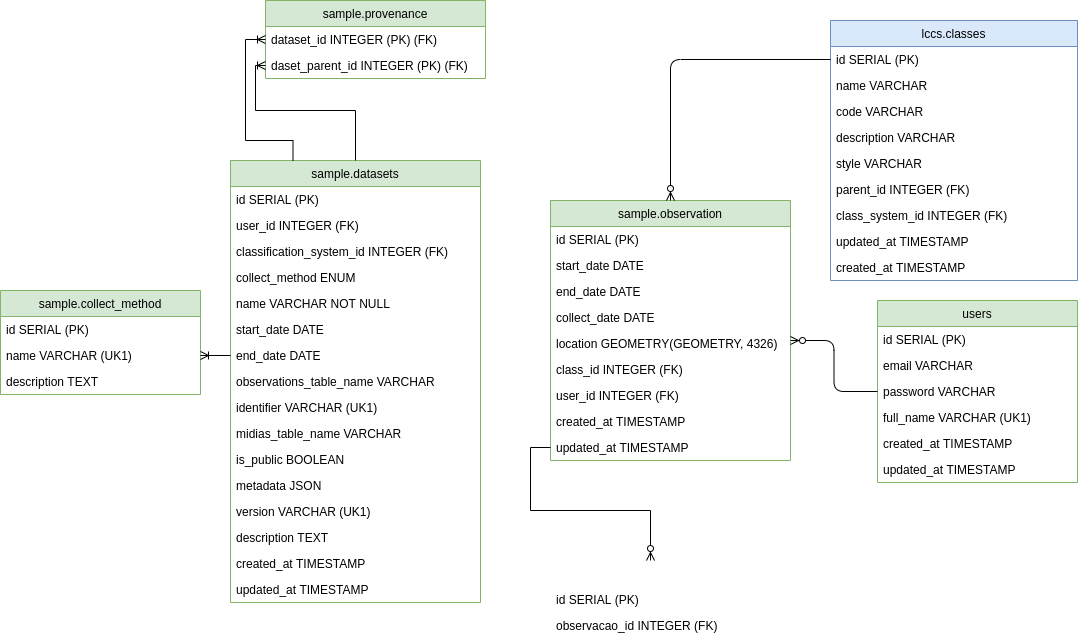
Earlier version of the draw.io export docs/model/db-schema.png (brazil-data-cube/sample-db). Source tidied: cells renumbered, new cells last; positions are measured from the earlier drawing's top-left corner, leaving out a move shared by most shapes.
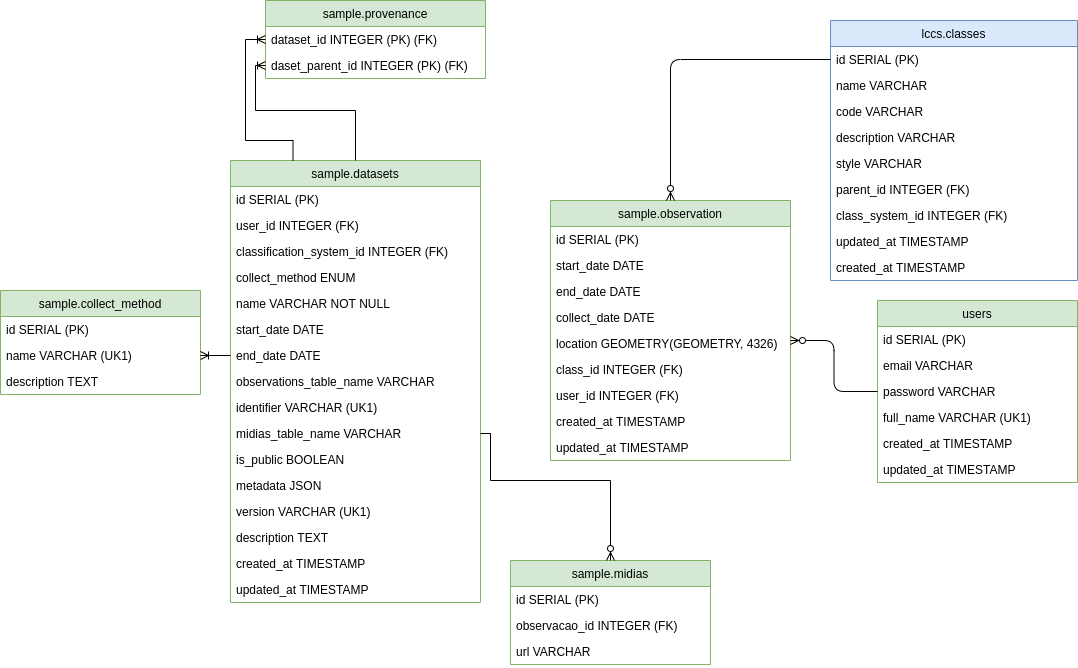
Later version of the same file.

What changed in the source:
```diff
@@ -147,58 +147,68 @@
     <mxCell id="47" value="updated_at TIMESTAMP" style="text;strokeColor=none;fillColor=none;align=left;verticalAlign=top;spacingLeft=4;spacingRight=4;overflow=hidden;" parent="31" vertex="1">
       <mxGeometry y="416" width="250" height="26" as="geometry" />
     </mxCell>
-    <mxCell id="48" value="id SERIAL (PK)" style="text;strokeColor=none;fillColor=none;align=left;verticalAlign=top;spacingLeft=4;spacingRight=4;overflow=hidden;points=[[0,0.5],[1,0.5]];portConstraint=eastwest;" parent="1" vertex="1">
-      <mxGeometry x="550" y="586" width="200" height="26" as="geometry" />
+    <mxCell id="48" value="sample.midias" style="swimlane;fontStyle=0;horizontal=1;startSize=26;fillColor=#d5e8d4;labelBackgroundColor=none;strokeColor=#82b366;" parent="1" vertex="1">
+      <mxGeometry x="510" y="560" width="200" height="104" as="geometry" />
     </mxCell>
-    <mxCell id="49" value="observacao_id INTEGER (FK)" style="text;strokeColor=none;fillColor=none;align=left;verticalAlign=top;spacingLeft=4;spacingRight=4;overflow=hidden;" parent="1" vertex="1">
-      <mxGeometry x="550" y="612" width="200" height="26" as="geometry" />
+    <mxCell id="49" value="id SERIAL (PK)" style="text;strokeColor=none;fillColor=none;align=left;verticalAlign=top;spacingLeft=4;spacingRight=4;overflow=hidden;" parent="48" vertex="1">
+      <mxGeometry y="26" width="200" height="26" as="geometry" />
     </mxCell>
-    <mxCell id="50" value="sample.provenance" style="swimlane;fontStyle=0;horizontal=1;startSize=26;fillColor=#d5e8d4;labelBackgroundColor=none;strokeColor=#82b366;" parent="1" vertex="1">
-      <mxGeometry x="265" width="220" height="78" as="geometry" />
+    <mxCell id="50" value="observacao_id INTEGER (FK)" style="text;strokeColor=none;fillColor=none;align=left;verticalAlign=top;spacingLeft=4;spacingRight=4;overflow=hidden;" parent="48" vertex="1">
+      <mxGeometry y="52" width="200" height="26" as="geometry" />
     </mxCell>
-    <mxCell id="51" value="dataset_id INTEGER (PK) (FK)" style="text;strokeColor=none;fillColor=none;align=left;verticalAlign=top;spacingLeft=4;spacingRight=4;overflow=hidden;points=[[0,0.5],[1,0.5]];portConstraint=eastwest;" parent="50" vertex="1">
-      <mxGeometry y="26" width="220" height="26" as="geometry" />
+    <mxCell id="51" value="url VARCHAR" style="text;strokeColor=none;fillColor=none;align=left;verticalAlign=top;spacingLeft=4;spacingRight=4;overflow=hidden;points=[[0,0.5],[1,0.5]];portConstraint=eastwest;" parent="48" vertex="1">
+      <mxGeometry y="78" width="200" height="26" as="geometry" />
     </mxCell>
-    <mxCell id="52" value="daset_parent_id INTEGER (PK) (FK)" style="text;strokeColor=none;fillColor=none;align=left;verticalAlign=top;spacingLeft=4;spacingRight=4;overflow=hidden;points=[[0,0.5],[1,0.5]];portConstraint=eastwest;" parent="50" vertex="1">
-      <mxGeometry y="52" width="220" height="26" as="geometry" />
+    <mxCell id="52" value="sample.provenance" style="swimlane;fontStyle=0;horizontal=1;startSize=26;fillColor=#d5e8d4;labelBackgroundColor=none;strokeColor=#82b366;" parent="1" vertex="1">
+      <mxGeometry x="265" width="220" height="78" as="geometry" />
     </mxCell>
-    <mxCell id="53" style="edgeStyle=orthogonalEdgeStyle;rounded=0;jettySize=auto;html=1;exitX=0.25;exitY=0;exitDx=0;exitDy=0;entryX=0;entryY=0.5;entryDx=0;entryDy=0;startArrow=none;startFill=0;endArrow=ERoneToMany;endFill=0;" parent="1" edge="1" source="31" target="51">
-      <mxGeometry relative="1" as="geometry">
-        <Array as="points">
-          <mxPoint x="293" y="140" />
-          <mxPoint x="245" y="140" />
-          <mxPoint x="245" y="39" />
-        </Array>
-      </mxGeometry>
+    <mxCell id="53" value="dataset_id INTEGER (PK) (FK)" style="text;strokeColor=none;fillColor=none;align=left;verticalAlign=top;spacingLeft=4;spacingRight=4;overflow=hidden;points=[[0,0.5],[1,0.5]];portConstraint=eastwest;" parent="52" vertex="1">
+      <mxGeometry y="26" width="220" height="26" as="geometry" />
     </mxCell>
-    <mxCell id="54" style="edgeStyle=orthogonalEdgeStyle;rounded=0;jettySize=auto;html=1;exitX=0.5;exitY=0;exitDx=0;exitDy=0;entryX=0;entryY=0.5;entryDx=0;entryDy=0;startArrow=none;startFill=0;endArrow=ERoneToMany;endFill=0;" parent="1" edge="1" source="31" target="52">
-      <mxGeometry relative="1" as="geometry">
-        <Array as="points">
-          <mxPoint x="355" y="110" />
-          <mxPoint x="255" y="110" />
-          <mxPoint x="255" y="65" />
-        </Array>
-      </mxGeometry>
+    <mxCell id="54" value="daset_parent_id INTEGER (PK) (FK)" style="text;strokeColor=none;fillColor=none;align=left;verticalAlign=top;spacingLeft=4;spacingRight=4;overflow=hidden;points=[[0,0.5],[1,0.5]];portConstraint=eastwest;" parent="52" vertex="1">
+      <mxGeometry y="52" width="220" height="26" as="geometry" />
     </mxCell>
-    <mxCell id="55" style="edgeStyle=orthogonalEdgeStyle;rounded=0;jettySize=auto;html=1;exitX=0;exitY=0.5;exitDx=0;exitDy=0;entryX=0.5;entryY=0;entryDx=0;entryDy=0;startArrow=none;startFill=0;endArrow=ERzeroToMany;endFill=1;" parent="1" edge="1" source="28">
+    <mxCell id="55" style="edgeStyle=orthogonalEdgeStyle;rounded=0;jettySize=auto;html=1;exitX=0.25;exitY=0;exitDx=0;exitDy=0;entryX=0;entryY=0.5;entryDx=0;entryDy=0;startArrow=none;startFill=0;endArrow=ERoneToMany;endFill=0;" parent="1" edge="1" source="31" target="53">
       <mxGeometry relative="1" as="geometry">
-        <mxPoint x="650" y="560" as="targetPoint" />
+        <Array as="points">
+          <mxPoint x="293" y="140" />
+          <mxPoint x="245" y="140" />
+          <mxPoint x="245" y="39" />
+        </Array>
       </mxGeometry>
     </mxCell>
-    <mxCell id="56" value="sample.collect_method" style="swimlane;fontStyle=0;horizontal=1;startSize=26;fillColor=#d5e8d4;labelBackgroundColor=none;strokeColor=#82b366;" parent="1" vertex="1">
-      <mxGeometry y="290" width="200" height="104" as="geometry" />
+    <mxCell id="56" style="edgeStyle=orthogonalEdgeStyle;rounded=0;jettySize=auto;html=1;exitX=0.5;exitY=0;exitDx=0;exitDy=0;entryX=0;entryY=0.5;entryDx=0;entryDy=0;startArrow=none;startFill=0;endArrow=ERoneToMany;endFill=0;" parent="1" edge="1" source="31" target="54">
+      <mxGeometry relative="1" as="geometry">
+        <Array as="points">
+          <mxPoint x="355" y="110" />
+          <mxPoint x="255" y="110" />
+          <mxPoint x="255" y="65" />
+        </Array>
+      </mxGeometry>
     </mxCell>
-    <mxCell id="57" value="id SERIAL (PK)" style="text;strokeColor=none;fillColor=none;align=left;verticalAlign=top;spacingLeft=4;spacingRight=4;overflow=hidden;" parent="56" vertex="1">
-      <mxGeometry y="26" width="200" height="26" as="geometry" />
+    <mxCell id="57" style="edgeStyle=orthogonalEdgeStyle;rounded=0;jettySize=auto;html=1;exitX=1;exitY=0.5;exitDx=0;exitDy=0;entryX=0.5;entryY=0;entryDx=0;entryDy=0;startArrow=none;startFill=0;endArrow=ERzeroToMany;endFill=1;" parent="1" edge="1" source="41" target="48">
+      <mxGeometry relative="1" as="geometry">
+        <Array as="points">
+          <mxPoint x="490" y="433" />
+          <mxPoint x="490" y="480" />
+          <mxPoint x="610" y="480" />
+        </Array>
+      </mxGeometry>
     </mxCell>
-    <mxCell id="58" value="name VARCHAR (UK1)" style="text;strokeColor=none;fillColor=none;align=left;verticalAlign=top;spacingLeft=4;spacingRight=4;overflow=hidden;points=[[0,0.5],[1,0.5]];portConstraint=eastwest;" parent="56" vertex="1">
-      <mxGeometry y="52" width="200" height="26" as="geometry" />
+    <mxCell id="58" value="sample.collect_method" style="swimlane;fontStyle=0;horizontal=1;startSize=26;fillColor=#d5e8d4;labelBackgroundColor=none;strokeColor=#82b366;" parent="1" vertex="1">
+      <mxGeometry y="290" width="200" height="104" as="geometry" />
     </mxCell>
-    <mxCell id="59" value="description TEXT" style="text;strokeColor=none;fillColor=none;align=left;verticalAlign=top;spacingLeft=4;spacingRight=4;overflow=hidden;" parent="56" vertex="1">
-      <mxGeometry y="78" width="200" height="26" as="geometry" />
+    <mxCell id="59" value="id SERIAL (PK)" style="text;strokeColor=none;fillColor=none;align=left;verticalAlign=top;spacingLeft=4;spacingRight=4;overflow=hidden;" parent="58" vertex="1">
+      <mxGeometry y="26" width="200" height="26" as="geometry" />
     </mxCell>
-    <mxCell id="60" style="edgeStyle=orthogonalEdgeStyle;rounded=0;jettySize=auto;html=1;exitX=0;exitY=0.5;exitDx=0;exitDy=0;entryX=1;entryY=0.5;entryDx=0;entryDy=0;endArrow=ERoneToMany;endFill=0;" parent="1" edge="1" source="38" target="58">
-      <mxGeometry relative="1" as="geometry" />
+    <mxCell id="60" value="name VARCHAR (UK1)" style="text;strokeColor=none;fillColor=none;align=left;verticalAlign=top;spacingLeft=4;spacingRight=4;overflow=hidden;points=[[0,0.5],[1,0.5]];portConstraint=eastwest;" parent="58" vertex="1">
+      <mxGeometry y="52" width="200" height="26" as="geometry" />
     </mxCell>
+    <mxCell id="61" value="description TEXT" style="text;strokeColor=none;fillColor=none;align=left;verticalAlign=top;spacingLeft=4;spacingRight=4;overflow=hidden;" parent="58" vertex="1">
+      <mxGeometry y="78" width="200" height="26" as="geometry" />
+    </mxCell>
+    <mxCell id="62" style="edgeStyle=orthogonalEdgeStyle;rounded=0;jettySize=auto;html=1;exitX=0;exitY=0.5;exitDx=0;exitDy=0;entryX=1;entryY=0.5;entryDx=0;entryDy=0;endArrow=ERoneToMany;endFill=0;" parent="1" edge="1" source="38" target="60">
+      <mxGeometry relative="1" as="geometry" />
+    </mxCell>
   </root>
 </mxGraphModel>
```
